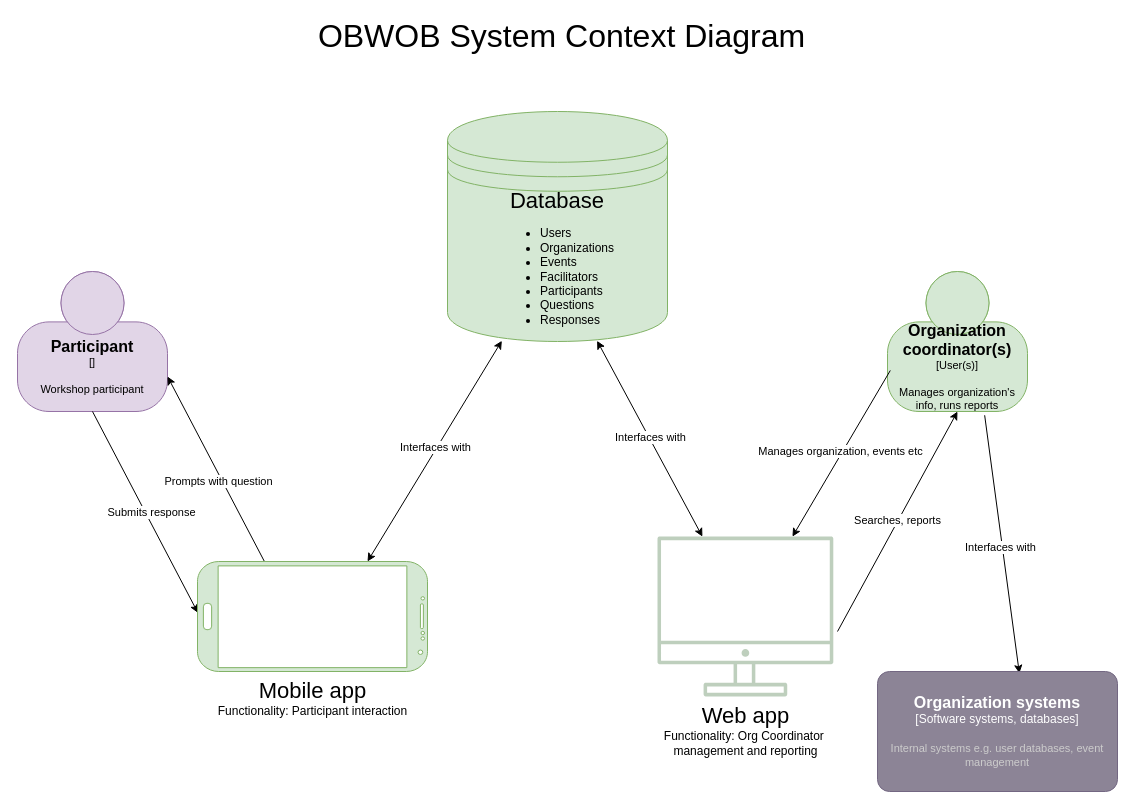
laurapg1214/impact-web-interface keeps this draw.io diagram as documentation/c4-diagrams/1_obwob_system_context_diagram.drawio. Above is the earlier version. Source tidied: cells renumbered, new cells numbered last; positions are measured from the earlier drawing's top-left corner, leaving out a move shared by most shapes. Both pictures are drawn from the tidied source at 100%, with x=0, y=0 at pixel (17, 21).
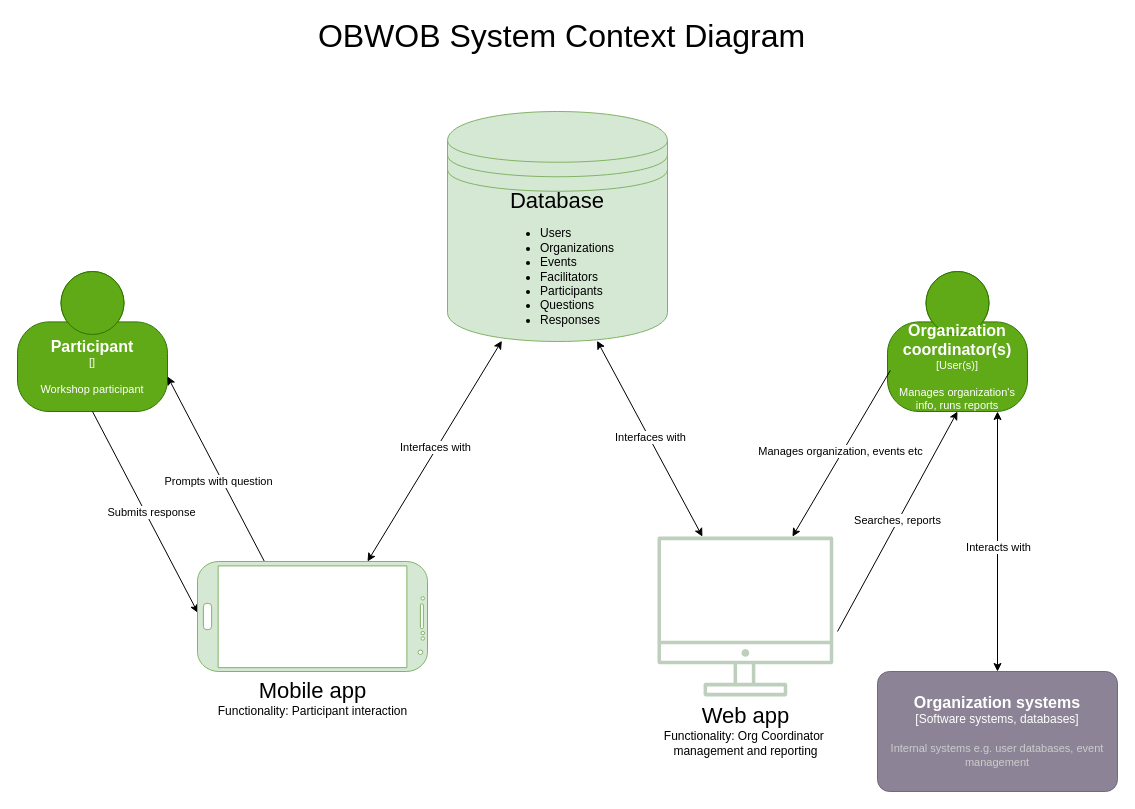
Above is the later version.

Commit message:
styling and org systems update

The change refers to these unchanged cells:
```xml
<object id="22" label="&lt;font style=&quot;font-size: 16px&quot;&gt;&lt;b&gt;%c4Name%&lt;/b&gt;&lt;/font&gt;&lt;div&gt;[%c4Type%]&lt;/div&gt;&lt;br&gt;&lt;div&gt;&lt;font style=&quot;font-size: 11px&quot;&gt;&lt;font color=&quot;#cccccc&quot;&gt;%c4Description%&lt;/font&gt;&lt;/div&gt;" c4Description="Internal systems e.g. user databases, event management" c4Name="Organization systems" c4Type="Software systems, databases" placeholders="1">
  <mxCell style="rounded=1;whiteSpace=wrap;html=1;labelBackgroundColor=none;fillColor=#8C8496;fontColor=#ffffff;align=center;arcSize=10;strokeColor=#736782;points=[[0.25,0,0],[0.5,0,0],[0.75,0,0],[1,0.25,0],[1,0.5,0],[1,0.75,0],[0.75,1,0],[0.5,1,0],[0.25,1,0],[0,0.75,0],[0,0.5,0],[0,0.25,0]];" parent="1" vertex="1">
    <mxGeometry x="860" y="650" width="240" height="120" as="geometry" />
  </mxCell>
</object>
```

The edit, as a diff of the source:
```diff
@@
-    <object id="2" label="&lt;font style=&quot;font-size: 16px&quot;&gt;&lt;b&gt;%c4Name%&lt;/b&gt;&lt;/font&gt;&lt;div&gt;[%c4Type%]&lt;/div&gt;&lt;br&gt;&lt;div&gt;&lt;font style=&quot;font-size: 11px&quot;&gt;&lt;font color=&quot;#000000&quot;&gt;%c4Description%&lt;/font&gt;&lt;/div&gt;" c4Description="Workshop participant" c4Name="Participant" c4Type="" placeholders="1">
-      <mxCell style="html=1;fontSize=11;dashed=0;whiteSpace=wrap;fillColor=#e1d5e7;strokeColor=#9673a6;shape=mxgraph.c4.person2;align=center;points=[[0.5,0,0],[1,0.5,0],[1,0.75,0],[0.75,1,0],[0.5,1,0],[0.25,1,0],[0,0.75,0],[0,0.5,0]];" parent="1" vertex="1">
+    <object id="2" label="&lt;font style=&quot;font-size: 16px&quot;&gt;&lt;b&gt;%c4Name%&lt;/b&gt;&lt;/font&gt;&lt;div&gt;[%c4Type%]&lt;/div&gt;&lt;br&gt;&lt;div&gt;&lt;font style=&quot;font-size: 11px&quot;&gt;&lt;font color=&quot;#ffffff&quot;&gt;%c4Description%&lt;/font&gt;&lt;/div&gt;" c4Description="Workshop participant" c4Name="Participant" c4Type="" placeholders="1">
+      <mxCell style="html=1;fontSize=11;dashed=0;whiteSpace=wrap;fillColor=#60a917;strokeColor=#2D7600;shape=mxgraph.c4.person2;align=center;points=[[0.5,0,0],[1,0.5,0],[1,0.75,0],[0.75,1,0],[0.5,1,0],[0.25,1,0],[0,0.75,0],[0,0.5,0]];fontColor=#ffffff;" parent="1" vertex="1">
         <mxGeometry y="250" width="150" height="140" as="geometry" />
       </mxCell>
     </object>
-    <object id="3" label="&lt;font style=&quot;font-size: 16px&quot;&gt;&lt;b&gt;%c4Name%&lt;/b&gt;&lt;/font&gt;&lt;div&gt;[%c4Type%]&lt;/div&gt;&lt;br&gt;&lt;div&gt;&lt;font style=&quot;font-size: 11px&quot;&gt;&lt;font color=&quot;#000000&quot;&gt;%c4Description%&lt;/font&gt;&lt;/div&gt;" c4Description="Manages organization's info, runs reports" c4Name="Organization coordinator(s)" c4Type="User(s)" placeholders="1">
-      <mxCell style="html=1;fontSize=11;dashed=0;whiteSpace=wrap;fillColor=#d5e8d4;strokeColor=#82b366;shape=mxgraph.c4.person2;align=center;points=[[0.5,0,0],[1,0.5,0],[1,0.75,0],[0.75,1,0],[0.5,1,0],[0.25,1,0],[0,0.75,0],[0,0.5,0]];" parent="1" vertex="1">
+    <object id="3" label="&lt;font style=&quot;font-size: 16px&quot;&gt;&lt;b&gt;%c4Name%&lt;/b&gt;&lt;/font&gt;&lt;div&gt;[%c4Type%]&lt;/div&gt;&lt;br&gt;&lt;div&gt;&lt;font style=&quot;font-size: 11px&quot;&gt;&lt;font color=&quot;#ffffff&quot;&gt;%c4Description%&lt;/font&gt;&lt;/div&gt;" c4Description="Manages organization's info, runs reports" c4Name="Organization coordinator(s)" c4Type="User(s)" placeholders="1">
+      <mxCell style="html=1;fontSize=11;dashed=0;whiteSpace=wrap;fillColor=#60a917;strokeColor=#2D7600;shape=mxgraph.c4.person2;align=center;points=[[0.5,0,0],[1,0.5,0],[1,0.75,0],[0.75,1,0],[0.5,1,0],[0.25,1,0],[0,0.75,0],[0,0.5,0]];fontColor=#ffffff;" parent="1" vertex="1">
         <mxGeometry x="870" y="250" width="140" height="140" as="geometry" />
       </mxCell>
     </object>
@@
-    <mxCell id="20" style="endArrow=classic;html=1;rounded=0;exitX=0.694;exitY=1.027;exitDx=0;exitDy=0;exitPerimeter=0;entryX=0.591;entryY=0.015;entryDx=0;entryDy=0;entryPerimeter=0;" parent="1" edge="1" source="3" target="22">
-      <mxGeometry relative="1" as="geometry" />
-    </mxCell>
-    <mxCell id="21" value="Interfaces with" style="edgeLabel;html=1;align=center;verticalAlign=middle;" parent="20" vertex="1">
-      <mxGeometry x="0.02" y="-2" relative="1" as="geometry" />
-    </mxCell>
@@
+    <mxCell id="23" style="endArrow=classic;startArrow=classic;html=1;rounded=0;exitX=0.5;exitY=0;exitDx=0;exitDy=0;exitPerimeter=0;" parent="1" edge="1" source="22">
+      <mxGeometry relative="1" as="geometry">
+        <mxPoint x="980" y="390" as="targetPoint" />
+      </mxGeometry>
+    </mxCell>
+    <mxCell id="24" value="Interacts with" style="edgeLabel;html=1;align=center;verticalAlign=middle;" parent="23" vertex="1">
+      <mxGeometry x="-0.04" relative="1" as="geometry" />
+    </mxCell>
```
